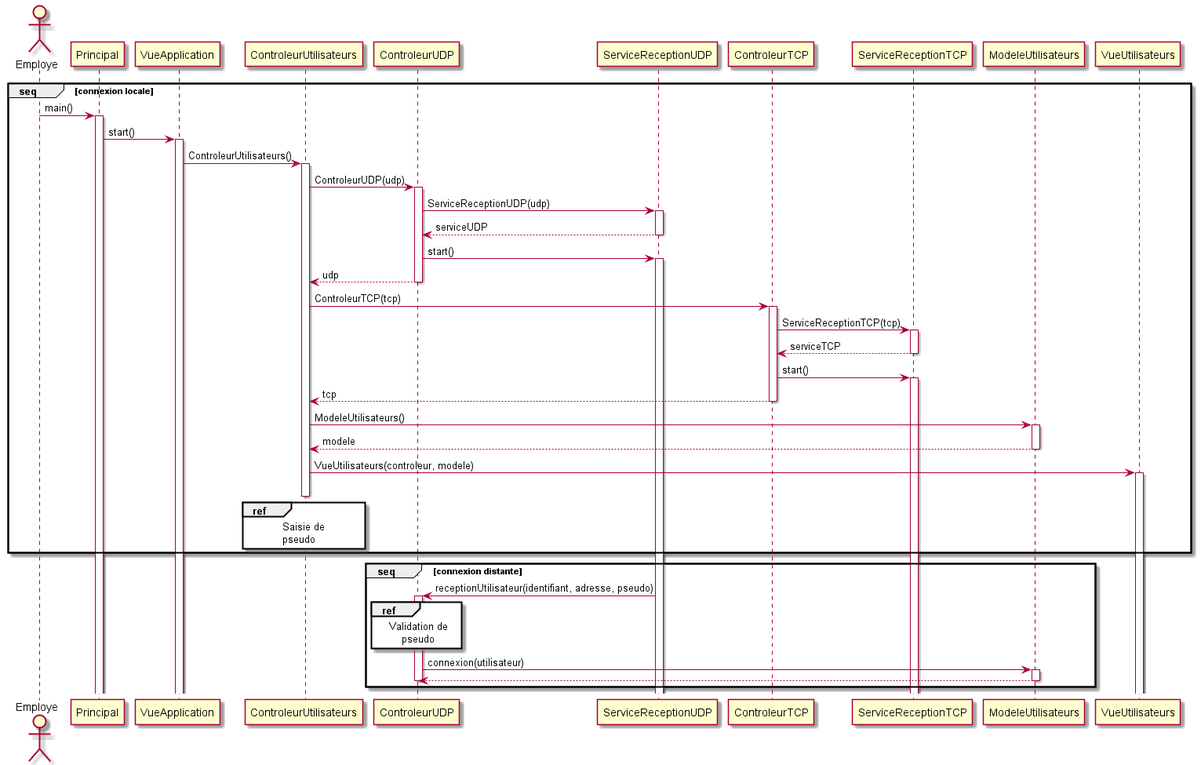
Earlier version of the PlantUML export sequence/connexion.png (arc-hugo/clavardage_uml).
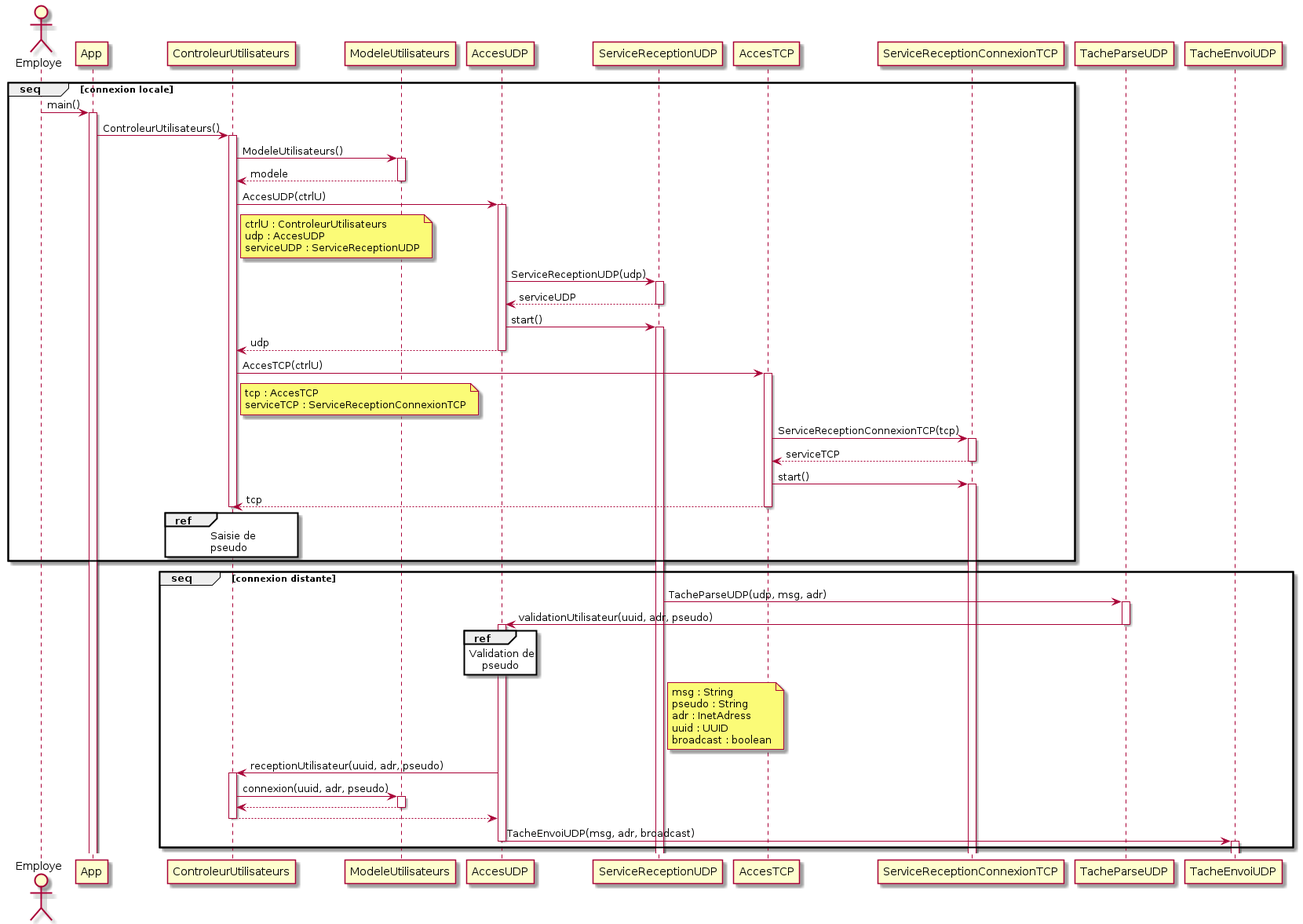
After the change.

What changed in the source:
```diff
@@ -1,38 +1,43 @@
-@startuml Connexion
+@startuml connexion
 actor Employe
 group seq [connexion locale]
-    Employe -> Principal : main()
-    activate Principal
-    Principal -> VueApplication : start()
-    activate VueApplication
-    VueApplication -> ControleurUtilisateurs : ControleurUtilisateurs()
+    Employe -> App : main()
+    activate App
+    App -> ControleurUtilisateurs : ControleurUtilisateurs()
     activate ControleurUtilisateurs
-    ControleurUtilisateurs -> ControleurUDP : ControleurUDP(udp)
-    activate ControleurUDP
-    ControleurUDP -> ServiceReceptionUDP : ServiceReceptionUDP(udp)
-    activate ServiceReceptionUDP
-    ServiceReceptionUDP --> ControleurUDP : serviceUDP
-    deactivate ServiceReceptionUDP
-    ControleurUDP -> ServiceReceptionUDP : start()
-    activate ServiceReceptionUDP
-    ControleurUDP --> ControleurUtilisateurs : udp
-    deactivate ControleurUDP
-    ControleurUtilisateurs -> ControleurTCP : ControleurTCP(tcp)
-    activate ControleurTCP
-    ControleurTCP -> ServiceReceptionTCP : ServiceReceptionTCP(tcp)
-    activate ServiceReceptionTCP
-    ServiceReceptionTCP --> ControleurTCP : serviceTCP
-    deactivate ServiceReceptionTCP
-    ControleurTCP -> ServiceReceptionTCP : start()
-    activate ServiceReceptionTCP
-    ControleurTCP --> ControleurUtilisateurs : tcp
-    deactivate ControleurTCP
     ControleurUtilisateurs -> ModeleUtilisateurs : ModeleUtilisateurs()
     activate ModeleUtilisateurs
     ModeleUtilisateurs --> ControleurUtilisateurs : modele
     deactivate ModeleUtilisateurs
-    ControleurUtilisateurs -> VueUtilisateurs : VueUtilisateurs(controleur, modele)
-    activate VueUtilisateurs
+    ControleurUtilisateurs -> AccesUDP : AccesUDP(ctrlU)
+    activate AccesUDP
+    note right of ControleurUtilisateurs
+    ctrlU : ControleurUtilisateurs
+    udp : AccesUDP
+    serviceUDP : ServiceReceptionUDP
+    end note
+    AccesUDP -> ServiceReceptionUDP : ServiceReceptionUDP(udp)
+    activate ServiceReceptionUDP
+    ServiceReceptionUDP --> AccesUDP : serviceUDP
+    deactivate ServiceReceptionUDP
+    AccesUDP -> ServiceReceptionUDP : start()
+    activate ServiceReceptionUDP
+    AccesUDP --> ControleurUtilisateurs : udp
+    deactivate AccesUDP
+    ControleurUtilisateurs -> AccesTCP : AccesTCP(ctrlU)
+    note right of ControleurUtilisateurs
+    tcp : AccesTCP
+    serviceTCP : ServiceReceptionConnexionTCP
+    end note
+    activate AccesTCP
+    AccesTCP -> ServiceReceptionConnexionTCP : ServiceReceptionConnexionTCP(tcp)
+    activate ServiceReceptionConnexionTCP
+    ServiceReceptionConnexionTCP --> AccesTCP : serviceTCP
+    deactivate ServiceReceptionConnexionTCP
+    AccesTCP -> ServiceReceptionConnexionTCP : start()
+    activate ServiceReceptionConnexionTCP
+    AccesTCP --> ControleurUtilisateurs : tcp
+    deactivate AccesTCP
     ref over ControleurUtilisateurs
         Saisie de
         pseudo
@@ -40,16 +45,32 @@
     deactivate ControleurUtilisateurs
 end
 group seq [connexion distante]
-    ServiceReceptionUDP -> ControleurUDP : receptionUtilisateur(identifiant, adresse, pseudo)
-    activate ControleurUDP
-    ref over ControleurUDP
+    ServiceReceptionUDP -> TacheParseUDP : TacheParseUDP(udp, msg, adr)
+    activate TacheParseUDP
+    TacheParseUDP -> AccesUDP : validationUtilisateur(uuid, adr, pseudo)
+    deactivate TacheParseUDP
+    activate AccesUDP
+    ref over AccesUDP
         Validation de
             pseudo
     end ref
-    ControleurUDP -> ModeleUtilisateurs : connexion(utilisateur)
+    note right of ServiceReceptionUDP
+    msg : String
+    pseudo : String
+    adr : InetAdress
+    uuid : UUID
+    broadcast : boolean
+    end note
+    AccesUDP -> ControleurUtilisateurs : receptionUtilisateur(uuid, adr, pseudo)
+    activate ControleurUtilisateurs
+    ControleurUtilisateurs -> ModeleUtilisateurs : connexion(uuid, adr, pseudo)
     activate ModeleUtilisateurs
-    ModeleUtilisateurs --> ControleurUDP
+    ModeleUtilisateurs --> ControleurUtilisateurs
     deactivate ModeleUtilisateurs
-    deactivate ControleurUDP
+    ControleurUtilisateurs --> AccesUDP
+    deactivate ControleurUtilisateurs
+    AccesUDP -> TacheEnvoiUDP : TacheEnvoiUDP(msg, adr, broadcast)
+    deactivate AccesUDP
+    activate TacheEnvoiUDP
 end
 @enduml
```
